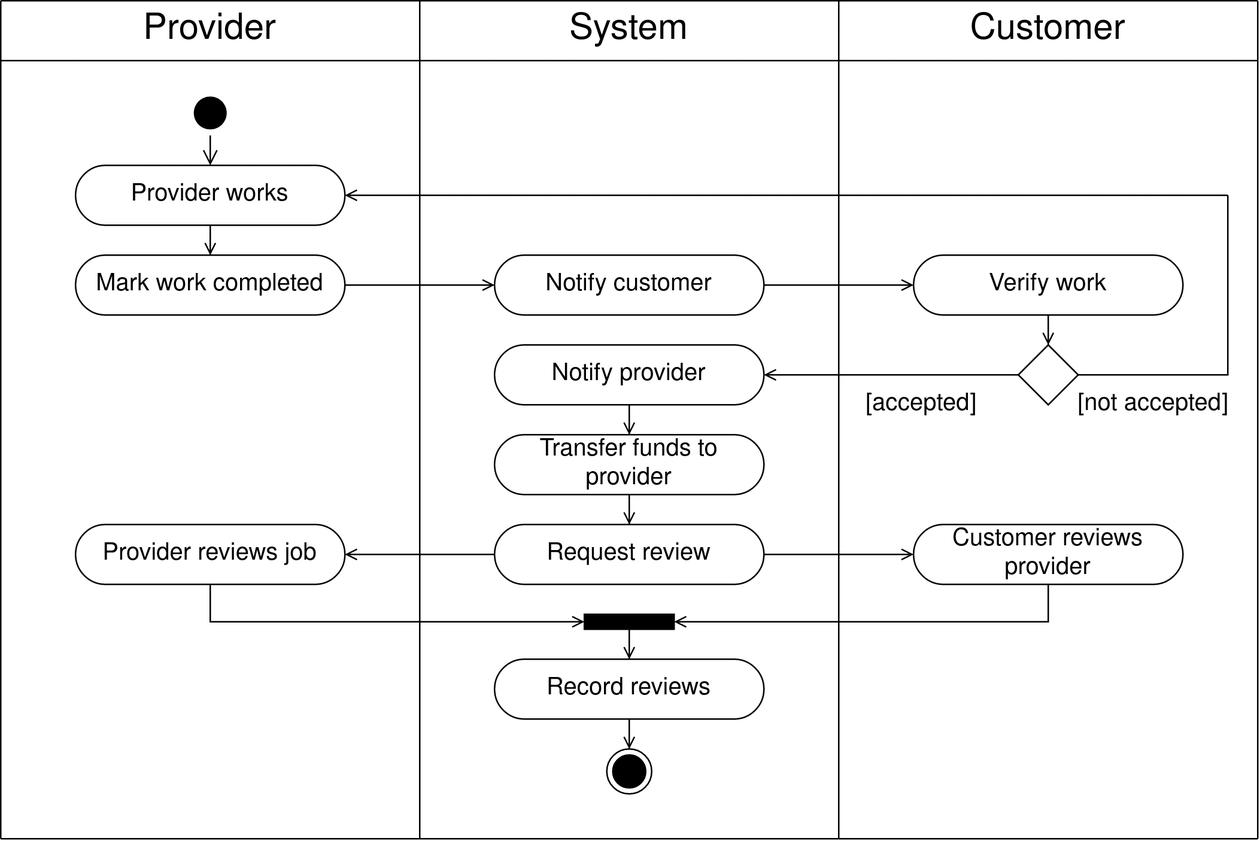
Above: docs/img/activityReview.png in FourYards/GroupFour (draw.io), before the change. Source tidied: cells renumbered, new cells last; positions are measured from the earlier drawing's top-left corner, leaving out a move shared by most shapes. Its diagram source:
```xml
<mxGraphModel>
  <root>
    <mxCell id="0" />
    <mxCell id="1" parent="0" />
    <mxCell id="2" style="endArrow=none;html=1;rounded=0;" parent="1" edge="1">
      <mxGeometry relative="1" as="geometry">
        <mxPoint y="560" as="sourcePoint" />
        <mxPoint as="targetPoint" />
      </mxGeometry>
    </mxCell>
    <mxCell id="3" style="endArrow=none;html=1;rounded=0;" parent="1" edge="1">
      <mxGeometry relative="1" as="geometry">
        <mxPoint x="280" y="560" as="sourcePoint" />
        <mxPoint x="280" as="targetPoint" />
      </mxGeometry>
    </mxCell>
    <mxCell id="4" style="endArrow=none;html=1;rounded=0;" parent="1" edge="1">
      <mxGeometry relative="1" as="geometry">
        <mxPoint x="560" y="560" as="sourcePoint" />
        <mxPoint x="560" as="targetPoint" />
      </mxGeometry>
    </mxCell>
    <mxCell id="5" style="endArrow=none;html=1;rounded=0;" parent="1" edge="1">
      <mxGeometry relative="1" as="geometry">
        <mxPoint x="840" y="560" as="sourcePoint" />
        <mxPoint x="840" as="targetPoint" />
      </mxGeometry>
    </mxCell>
    <mxCell id="6" style="endArrow=none;html=1;rounded=0;" parent="1" edge="1">
      <mxGeometry relative="1" as="geometry">
        <mxPoint as="sourcePoint" />
        <mxPoint x="840" as="targetPoint" />
      </mxGeometry>
    </mxCell>
    <mxCell id="7" style="endArrow=none;html=1;rounded=0;" parent="1" edge="1">
      <mxGeometry relative="1" as="geometry">
        <mxPoint y="560" as="sourcePoint" />
        <mxPoint x="840" y="560" as="targetPoint" />
      </mxGeometry>
    </mxCell>
    <mxCell id="8" style="endArrow=none;html=1;rounded=0;" parent="1" edge="1">
      <mxGeometry relative="1" as="geometry">
        <mxPoint y="40" as="sourcePoint" />
        <mxPoint x="840" y="40" as="targetPoint" />
      </mxGeometry>
    </mxCell>
    <mxCell id="9" value="Provider" style="text;html=1;strokeColor=none;fillColor=none;align=center;verticalAlign=middle;whiteSpace=wrap;rounded=0;fontSize=24;" parent="1" vertex="1">
      <mxGeometry x="80" width="120" height="40" as="geometry" />
    </mxCell>
    <mxCell id="10" value="Customer" style="text;html=1;strokeColor=none;fillColor=none;align=center;verticalAlign=middle;whiteSpace=wrap;rounded=0;fontSize=24;" parent="1" vertex="1">
      <mxGeometry x="640" width="120" height="40" as="geometry" />
    </mxCell>
    <mxCell id="11" value="System" style="text;html=1;strokeColor=none;fillColor=none;align=center;verticalAlign=middle;whiteSpace=wrap;rounded=0;fontSize=24;" parent="1" vertex="1">
      <mxGeometry x="360" width="120" height="40" as="geometry" />
    </mxCell>
    <mxCell id="12" style="edgeStyle=orthogonalEdgeStyle;rounded=0;jettySize=auto;html=1;fontSize=16;endArrow=open;endFill=0;" parent="1" edge="1" source="13" target="15">
      <mxGeometry relative="1" as="geometry" />
    </mxCell>
    <mxCell id="13" value="&lt;font style=&quot;font-size: 16px;&quot;&gt;Mark work completed&lt;br style=&quot;font-size: 16px;&quot;&gt;&lt;/font&gt;" style="rounded=1;whiteSpace=wrap;html=1;fontSize=16;fillColor=default;arcSize=50;" parent="1" vertex="1">
      <mxGeometry x="50" y="170" width="180" height="40" as="geometry" />
    </mxCell>
    <mxCell id="14" style="edgeStyle=orthogonalEdgeStyle;rounded=0;jettySize=auto;html=1;fontSize=16;endArrow=open;endFill=0;" parent="1" edge="1" source="15" target="17">
      <mxGeometry relative="1" as="geometry" />
    </mxCell>
    <mxCell id="15" value="Notify customer" style="rounded=1;whiteSpace=wrap;html=1;fontSize=16;fillColor=default;arcSize=50;" parent="1" vertex="1">
      <mxGeometry x="330" y="170" width="180" height="40" as="geometry" />
    </mxCell>
    <mxCell id="16" style="edgeStyle=orthogonalEdgeStyle;rounded=0;jettySize=auto;html=1;fontSize=16;endArrow=open;endFill=0;" parent="1" edge="1" source="17" target="20">
      <mxGeometry relative="1" as="geometry" />
    </mxCell>
    <mxCell id="17" value="Verify work" style="rounded=1;whiteSpace=wrap;html=1;fontSize=16;fillColor=default;arcSize=50;" parent="1" vertex="1">
      <mxGeometry x="610" y="170" width="180" height="40" as="geometry" />
    </mxCell>
    <mxCell id="18" style="edgeStyle=orthogonalEdgeStyle;rounded=0;jettySize=auto;html=1;fontSize=16;endArrow=open;endFill=0;" parent="1" edge="1" source="20" target="22">
      <mxGeometry relative="1" as="geometry" />
    </mxCell>
    <mxCell id="19" style="edgeStyle=orthogonalEdgeStyle;rounded=0;jettySize=auto;html=1;exitX=1;exitY=0.5;exitDx=0;exitDy=0;fontSize=16;endArrow=none;endFill=0;" parent="1" edge="1" source="20">
      <mxGeometry relative="1" as="geometry">
        <mxPoint x="820" y="130" as="targetPoint" />
      </mxGeometry>
    </mxCell>
    <mxCell id="20" style="rhombus;whiteSpace=wrap;html=1;fontSize=16;fillColor=default;" parent="1" vertex="1">
      <mxGeometry x="680" y="230" width="40" height="40" as="geometry" />
    </mxCell>
    <mxCell id="21" style="edgeStyle=orthogonalEdgeStyle;rounded=0;jettySize=auto;html=1;fontSize=16;endArrow=open;endFill=0;" parent="1" edge="1" source="22" target="24">
      <mxGeometry relative="1" as="geometry" />
    </mxCell>
    <mxCell id="22" value="Notify provider" style="rounded=1;whiteSpace=wrap;html=1;fontSize=16;fillColor=default;arcSize=50;" parent="1" vertex="1">
      <mxGeometry x="330" y="230" width="180" height="40" as="geometry" />
    </mxCell>
    <mxCell id="23" style="edgeStyle=orthogonalEdgeStyle;rounded=0;jettySize=auto;html=1;fontSize=16;endArrow=open;endFill=0;" parent="1" edge="1" source="24" target="27">
      <mxGeometry relative="1" as="geometry" />
    </mxCell>
    <mxCell id="24" value="Transfer funds to provider" style="rounded=1;whiteSpace=wrap;html=1;fontSize=16;fillColor=default;arcSize=50;" parent="1" vertex="1">
      <mxGeometry x="330" y="290" width="180" height="40" as="geometry" />
    </mxCell>
    <mxCell id="25" style="edgeStyle=orthogonalEdgeStyle;rounded=0;jettySize=auto;html=1;fontSize=16;endArrow=open;endFill=0;" parent="1" edge="1" source="27" target="28">
      <mxGeometry relative="1" as="geometry" />
    </mxCell>
    <mxCell id="26" style="edgeStyle=orthogonalEdgeStyle;rounded=0;jettySize=auto;html=1;fontSize=16;endArrow=open;endFill=0;" parent="1" edge="1" source="27" target="29">
      <mxGeometry relative="1" as="geometry" />
    </mxCell>
    <mxCell id="27" value="Request review" style="rounded=1;whiteSpace=wrap;html=1;fontSize=16;fillColor=default;arcSize=50;" parent="1" vertex="1">
      <mxGeometry x="330" y="350" width="180" height="40" as="geometry" />
    </mxCell>
    <mxCell id="28" value="Provider reviews job" style="rounded=1;whiteSpace=wrap;html=1;fontSize=16;fillColor=default;arcSize=50;" parent="1" vertex="1">
      <mxGeometry x="50" y="350" width="180" height="40" as="geometry" />
    </mxCell>
    <mxCell id="29" value="Customer reviews provider" style="rounded=1;whiteSpace=wrap;html=1;fontSize=16;fillColor=default;arcSize=50;" parent="1" vertex="1">
      <mxGeometry x="610" y="350" width="180" height="40" as="geometry" />
    </mxCell>
    <mxCell id="30" style="edgeStyle=orthogonalEdgeStyle;rounded=0;jettySize=auto;html=1;fontSize=16;endArrow=open;endFill=0;" parent="1" edge="1" source="32" target="13">
      <mxGeometry relative="1" as="geometry" />
    </mxCell>
    <mxCell id="31" style="edgeStyle=orthogonalEdgeStyle;rounded=0;jettySize=auto;html=1;fontSize=16;endArrow=none;endFill=0;strokeColor=#000000;startArrow=open;startFill=0;" parent="1" edge="1" source="32">
      <mxGeometry relative="1" as="geometry">
        <mxPoint x="820" y="130" as="targetPoint" />
      </mxGeometry>
    </mxCell>
    <mxCell id="32" value="&lt;div&gt;Provider works&lt;/div&gt;" style="rounded=1;whiteSpace=wrap;html=1;fontSize=16;fillColor=default;arcSize=50;" parent="1" vertex="1">
      <mxGeometry x="50" y="110" width="180" height="40" as="geometry" />
    </mxCell>
    <mxCell id="33" style="ellipse;html=1;shape=startState;fillColor=#000000;strokeColor=none;fontSize=16;" parent="1" vertex="1">
      <mxGeometry x="125" y="60" width="30" height="30" as="geometry" />
    </mxCell>
    <mxCell id="34" style="edgeStyle=orthogonalEdgeStyle;html=1;verticalAlign=bottom;endArrow=open;endSize=8;strokeColor=#000000;rounded=0;fontSize=16;" parent="1" edge="1" source="33" target="32">
      <mxGeometry relative="1" as="geometry" />
    </mxCell>
    <mxCell id="35" value="&lt;div&gt;[accepted]&lt;/div&gt;" style="text;html=1;align=center;verticalAlign=middle;strokeColor=none;fillColor=none;fontSize=16;" parent="1" vertex="1">
      <mxGeometry x="570" y="260" width="90" height="20" as="geometry" />
    </mxCell>
    <mxCell id="36" value="[not accepted]" style="text;html=1;align=center;verticalAlign=middle;strokeColor=none;fillColor=none;fontSize=16;" parent="1" vertex="1">
      <mxGeometry x="710" y="260" width="120" height="20" as="geometry" />
    </mxCell>
    <mxCell id="37" style="edgeStyle=orthogonalEdgeStyle;rounded=0;jettySize=auto;html=1;exitX=0;exitY=0.5;exitDx=0;exitDy=0;fontSize=16;startArrow=open;startFill=0;endArrow=none;endFill=0;strokeColor=#000000;" parent="1" edge="1" source="39" target="28">
      <mxGeometry relative="1" as="geometry" />
    </mxCell>
    <mxCell id="38" style="edgeStyle=orthogonalEdgeStyle;rounded=0;jettySize=auto;html=1;exitX=1;exitY=0.5;exitDx=0;exitDy=0;fontSize=16;startArrow=open;startFill=0;endArrow=none;endFill=0;strokeColor=#000000;" parent="1" edge="1" source="39" target="29">
      <mxGeometry relative="1" as="geometry" />
    </mxCell>
    <mxCell id="39" style="rounded=0;whiteSpace=wrap;html=1;fontSize=16;fillColor=#000000;" parent="1" vertex="1">
      <mxGeometry x="390" y="410" width="60" height="10" as="geometry" />
    </mxCell>
    <mxCell id="40" style="edgeStyle=orthogonalEdgeStyle;rounded=0;jettySize=auto;html=1;fontSize=16;startArrow=open;startFill=0;endArrow=none;endFill=0;strokeColor=#000000;" parent="1" edge="1" source="42" target="39">
      <mxGeometry relative="1" as="geometry" />
    </mxCell>
    <mxCell id="41" style="edgeStyle=orthogonalEdgeStyle;rounded=0;jettySize=auto;html=1;fontSize=16;startArrow=none;startFill=0;endArrow=open;endFill=0;strokeColor=#000000;" parent="1" edge="1" source="42" target="43">
      <mxGeometry relative="1" as="geometry" />
    </mxCell>
    <mxCell id="42" value="Record reviews" style="rounded=1;whiteSpace=wrap;html=1;fontSize=16;fillColor=default;arcSize=50;" parent="1" vertex="1">
      <mxGeometry x="330" y="440" width="180" height="40" as="geometry" />
    </mxCell>
    <mxCell id="43" style="ellipse;html=1;shape=endState;fillColor=#000000;strokeColor=#000000;fontSize=16;" parent="1" vertex="1">
      <mxGeometry x="405" y="500" width="30" height="30" as="geometry" />
    </mxCell>
  </root>
</mxGraphModel>
```
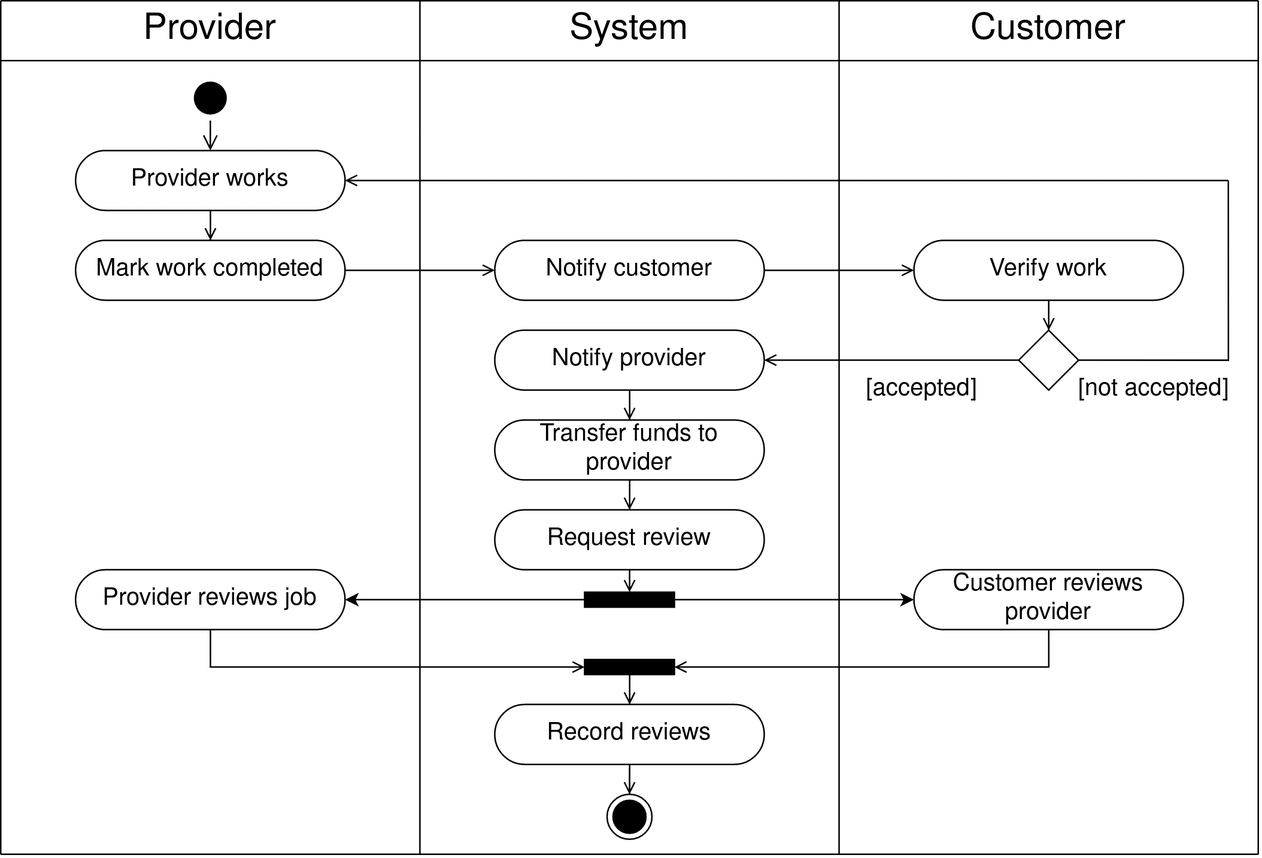
Above is the later version.

Commit message:
fork box

The edit, as a diff of the source:
```diff
@@ -4,54 +4,54 @@
     <mxCell id="1" parent="0" />
     <mxCell id="2" style="endArrow=none;html=1;rounded=0;" parent="1" edge="1">
       <mxGeometry relative="1" as="geometry">
-        <mxPoint y="560" as="sourcePoint" />
-        <mxPoint as="targetPoint" />
+        <mxPoint y="580" as="sourcePoint" />
+        <mxPoint y="10" as="targetPoint" />
       </mxGeometry>
     </mxCell>
     <mxCell id="3" style="endArrow=none;html=1;rounded=0;" parent="1" edge="1">
       <mxGeometry relative="1" as="geometry">
-        <mxPoint x="280" y="560" as="sourcePoint" />
-        <mxPoint x="280" as="targetPoint" />
+        <mxPoint x="280" y="580" as="sourcePoint" />
+        <mxPoint x="280" y="10" as="targetPoint" />
       </mxGeometry>
     </mxCell>
     <mxCell id="4" style="endArrow=none;html=1;rounded=0;" parent="1" edge="1">
       <mxGeometry relative="1" as="geometry">
-        <mxPoint x="560" y="560" as="sourcePoint" />
-        <mxPoint x="560" as="targetPoint" />
+        <mxPoint x="560" y="580" as="sourcePoint" />
+        <mxPoint x="560" y="10" as="targetPoint" />
       </mxGeometry>
     </mxCell>
     <mxCell id="5" style="endArrow=none;html=1;rounded=0;" parent="1" edge="1">
       <mxGeometry relative="1" as="geometry">
-        <mxPoint x="840" y="560" as="sourcePoint" />
-        <mxPoint x="840" as="targetPoint" />
+        <mxPoint x="840" y="580" as="sourcePoint" />
+        <mxPoint x="840" y="10" as="targetPoint" />
       </mxGeometry>
     </mxCell>
     <mxCell id="6" style="endArrow=none;html=1;rounded=0;" parent="1" edge="1">
       <mxGeometry relative="1" as="geometry">
-        <mxPoint as="sourcePoint" />
-        <mxPoint x="840" as="targetPoint" />
+        <mxPoint y="10" as="sourcePoint" />
+        <mxPoint x="840" y="10" as="targetPoint" />
       </mxGeometry>
     </mxCell>
     <mxCell id="7" style="endArrow=none;html=1;rounded=0;" parent="1" edge="1">
       <mxGeometry relative="1" as="geometry">
-        <mxPoint y="560" as="sourcePoint" />
-        <mxPoint x="840" y="560" as="targetPoint" />
+        <mxPoint y="580" as="sourcePoint" />
+        <mxPoint x="840" y="580" as="targetPoint" />
       </mxGeometry>
     </mxCell>
     <mxCell id="8" style="endArrow=none;html=1;rounded=0;" parent="1" edge="1">
       <mxGeometry relative="1" as="geometry">
-        <mxPoint y="40" as="sourcePoint" />
-        <mxPoint x="840" y="40" as="targetPoint" />
+        <mxPoint y="50" as="sourcePoint" />
+        <mxPoint x="840" y="50" as="targetPoint" />
       </mxGeometry>
     </mxCell>
     <mxCell id="9" value="Provider" style="text;html=1;strokeColor=none;fillColor=none;align=center;verticalAlign=middle;whiteSpace=wrap;rounded=0;fontSize=24;" parent="1" vertex="1">
-      <mxGeometry x="80" width="120" height="40" as="geometry" />
+      <mxGeometry x="80" y="10" width="120" height="40" as="geometry" />
     </mxCell>
     <mxCell id="10" value="Customer" style="text;html=1;strokeColor=none;fillColor=none;align=center;verticalAlign=middle;whiteSpace=wrap;rounded=0;fontSize=24;" parent="1" vertex="1">
-      <mxGeometry x="640" width="120" height="40" as="geometry" />
+      <mxGeometry x="640" y="10" width="120" height="40" as="geometry" />
     </mxCell>
     <mxCell id="11" value="System" style="text;html=1;strokeColor=none;fillColor=none;align=center;verticalAlign=middle;whiteSpace=wrap;rounded=0;fontSize=24;" parent="1" vertex="1">
-      <mxGeometry x="360" width="120" height="40" as="geometry" />
+      <mxGeometry x="360" y="10" width="120" height="40" as="geometry" />
     </mxCell>
     <mxCell id="12" style="edgeStyle=orthogonalEdgeStyle;rounded=0;jettySize=auto;html=1;fontSize=16;endArrow=open;endFill=0;" parent="1" edge="1" source="13" target="15">
       <mxGeometry relative="1" as="geometry" />
@@ -94,20 +94,19 @@
     <mxCell id="24" value="Transfer funds to provider" style="rounded=1;whiteSpace=wrap;html=1;fontSize=16;fillColor=default;arcSize=50;" parent="1" vertex="1">
       <mxGeometry x="330" y="290" width="180" height="40" as="geometry" />
     </mxCell>
-    <mxCell id="25" style="edgeStyle=orthogonalEdgeStyle;rounded=0;jettySize=auto;html=1;fontSize=16;endArrow=open;endFill=0;" parent="1" edge="1" source="27" target="28">
-      <mxGeometry relative="1" as="geometry" />
-    </mxCell>
-    <mxCell id="26" style="edgeStyle=orthogonalEdgeStyle;rounded=0;jettySize=auto;html=1;fontSize=16;endArrow=open;endFill=0;" parent="1" edge="1" source="27" target="29">
-      <mxGeometry relative="1" as="geometry" />
-    </mxCell>
+    <mxCell id="44" style="edgeStyle=orthogonalEdgeStyle;rounded=0;jettySize=auto;html=1;endArrow=open;endFill=0;" parent="1" edge="1" target="47">
+      <mxGeometry relative="1" as="geometry">
+        <mxPoint x="420" y="370" as="sourcePoint" />
+      </mxGeometry>
+    </mxCell>
     <mxCell id="27" value="Request review" style="rounded=1;whiteSpace=wrap;html=1;fontSize=16;fillColor=default;arcSize=50;" parent="1" vertex="1">
       <mxGeometry x="330" y="350" width="180" height="40" as="geometry" />
     </mxCell>
     <mxCell id="28" value="Provider reviews job" style="rounded=1;whiteSpace=wrap;html=1;fontSize=16;fillColor=default;arcSize=50;" parent="1" vertex="1">
-      <mxGeometry x="50" y="350" width="180" height="40" as="geometry" />
+      <mxGeometry x="50" y="390" width="180" height="40" as="geometry" />
     </mxCell>
     <mxCell id="29" value="Customer reviews provider" style="rounded=1;whiteSpace=wrap;html=1;fontSize=16;fillColor=default;arcSize=50;" parent="1" vertex="1">
-      <mxGeometry x="610" y="350" width="180" height="40" as="geometry" />
+      <mxGeometry x="610" y="390" width="180" height="40" as="geometry" />
     </mxCell>
     <mxCell id="30" style="edgeStyle=orthogonalEdgeStyle;rounded=0;jettySize=auto;html=1;fontSize=16;endArrow=open;endFill=0;" parent="1" edge="1" source="32" target="13">
       <mxGeometry relative="1" as="geometry" />
@@ -139,7 +138,7 @@
       <mxGeometry relative="1" as="geometry" />
     </mxCell>
     <mxCell id="39" style="rounded=0;whiteSpace=wrap;html=1;fontSize=16;fillColor=#000000;" parent="1" vertex="1">
-      <mxGeometry x="390" y="410" width="60" height="10" as="geometry" />
+      <mxGeometry x="390" y="450" width="60" height="10" as="geometry" />
     </mxCell>
     <mxCell id="40" style="edgeStyle=orthogonalEdgeStyle;rounded=0;jettySize=auto;html=1;fontSize=16;startArrow=open;startFill=0;endArrow=none;endFill=0;strokeColor=#000000;" parent="1" edge="1" source="42" target="39">
       <mxGeometry relative="1" as="geometry" />
@@ -148,10 +147,19 @@
       <mxGeometry relative="1" as="geometry" />
     </mxCell>
     <mxCell id="42" value="Record reviews" style="rounded=1;whiteSpace=wrap;html=1;fontSize=16;fillColor=default;arcSize=50;" parent="1" vertex="1">
-      <mxGeometry x="330" y="440" width="180" height="40" as="geometry" />
+      <mxGeometry x="330" y="480" width="180" height="40" as="geometry" />
     </mxCell>
     <mxCell id="43" style="ellipse;html=1;shape=endState;fillColor=#000000;strokeColor=#000000;fontSize=16;" parent="1" vertex="1">
-      <mxGeometry x="405" y="500" width="30" height="30" as="geometry" />
+      <mxGeometry x="405" y="540" width="30" height="30" as="geometry" />
     </mxCell>
+    <mxCell id="45" style="edgeStyle=orthogonalEdgeStyle;rounded=0;jettySize=auto;html=1;" parent="1" edge="1" source="47" target="29">
+      <mxGeometry relative="1" as="geometry" />
+    </mxCell>
+    <mxCell id="46" style="edgeStyle=orthogonalEdgeStyle;rounded=0;jettySize=auto;html=1;" parent="1" edge="1" source="47" target="28">
+      <mxGeometry relative="1" as="geometry" />
+    </mxCell>
+    <mxCell id="47" style="rounded=0;whiteSpace=wrap;html=1;fontSize=16;fillColor=#000000;" parent="1" vertex="1">
+      <mxGeometry x="390" y="405" width="60" height="10" as="geometry" />
+    </mxCell>
   </root>
 </mxGraphModel>
```
